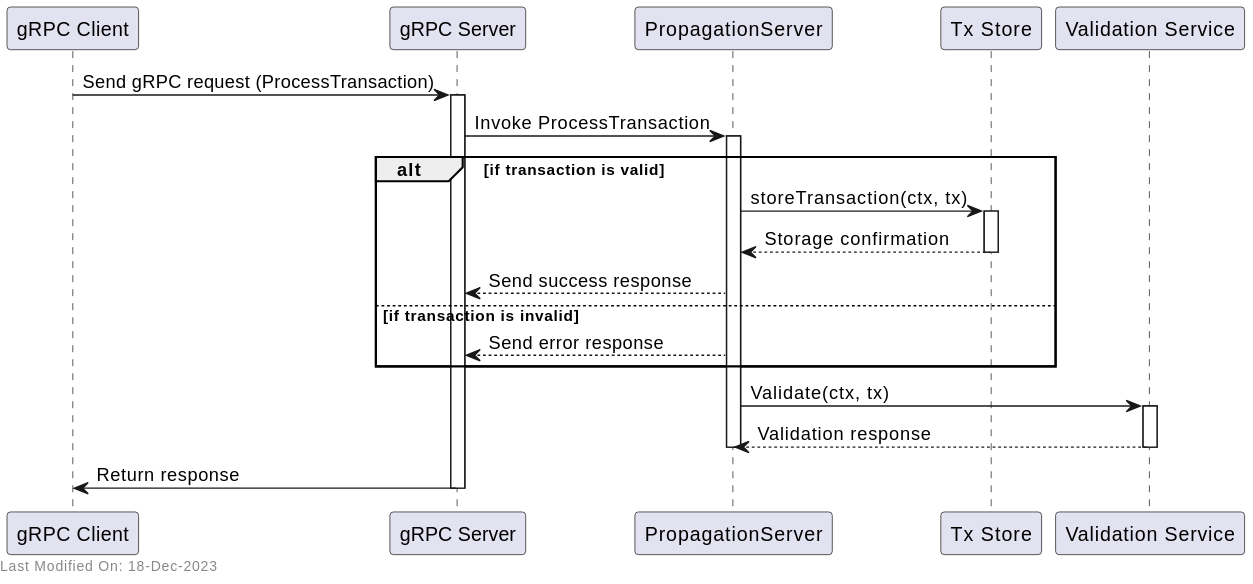
freemans13/teranode keeps this PlantUML diagram as docs/services/img/plantuml/propagation/propagation_grpc.svg. Above is the earlier version. Its source is kept beside it as docs/services/img/plantuml/propagation/propagation_grpc.puml.
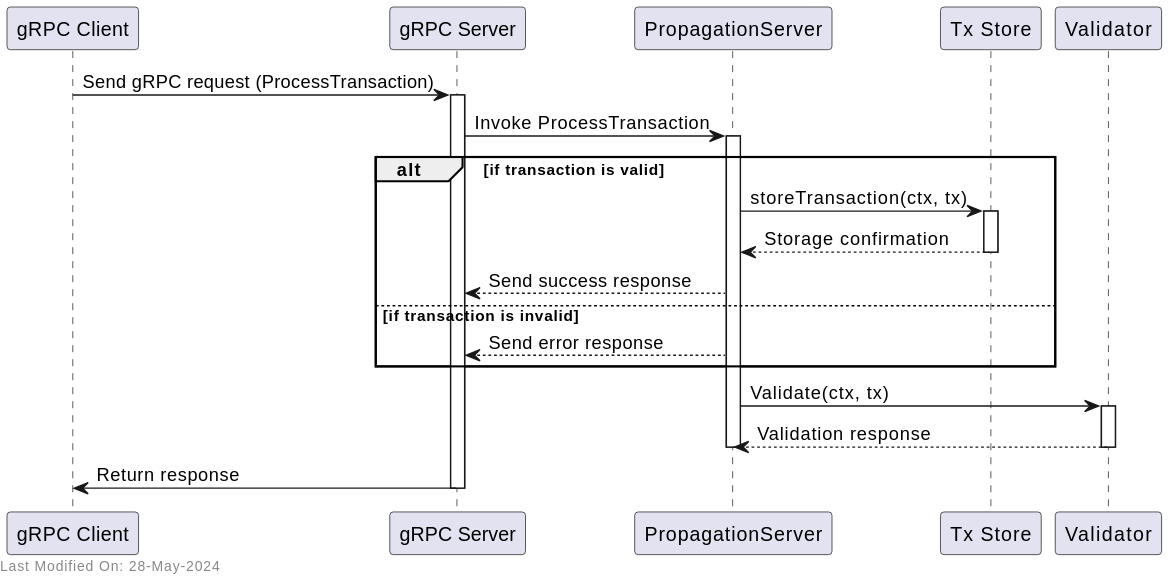
Later version of the same file.

The edit, as a diff of the source:
```diff
@@ -4,7 +4,7 @@
 participant "gRPC Server" as Server
 participant "PropagationServer" as PropagationServer
 participant "Tx Store" as TxStore
-participant "Validation Service" as Validator
+participant "Validator" as Validator
 
 Client -> Server: Send gRPC request (ProcessTransaction)
 activate Server
@@ -33,6 +33,6 @@
 Server -> Client: Return response
 deactivate Server
 
-left footer Last Modified On: 18-Dec-2023
+left footer Last Modified On: 28-May-2024
 
 @enduml
```
